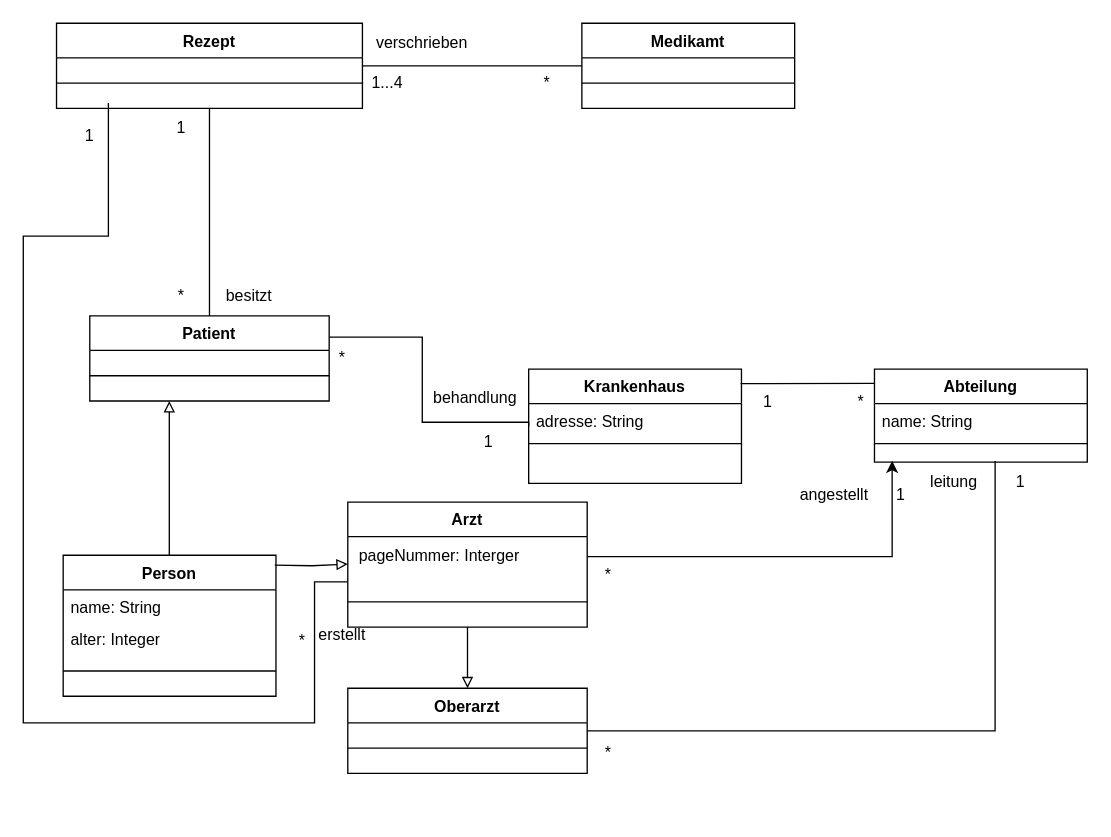
This is domaenenmodellierung.drawio from LucaSchirmer/Example-UML-Diagrams, a draw.io file, before an edit. Source tidied: cells renumbered, new cells numbered last; positions are measured from the earlier drawing's top-left corner, leaving out a move shared by most shapes. Both pictures are drawn from the tidied source at 133%, with x=0, y=0 at pixel (23, 23).
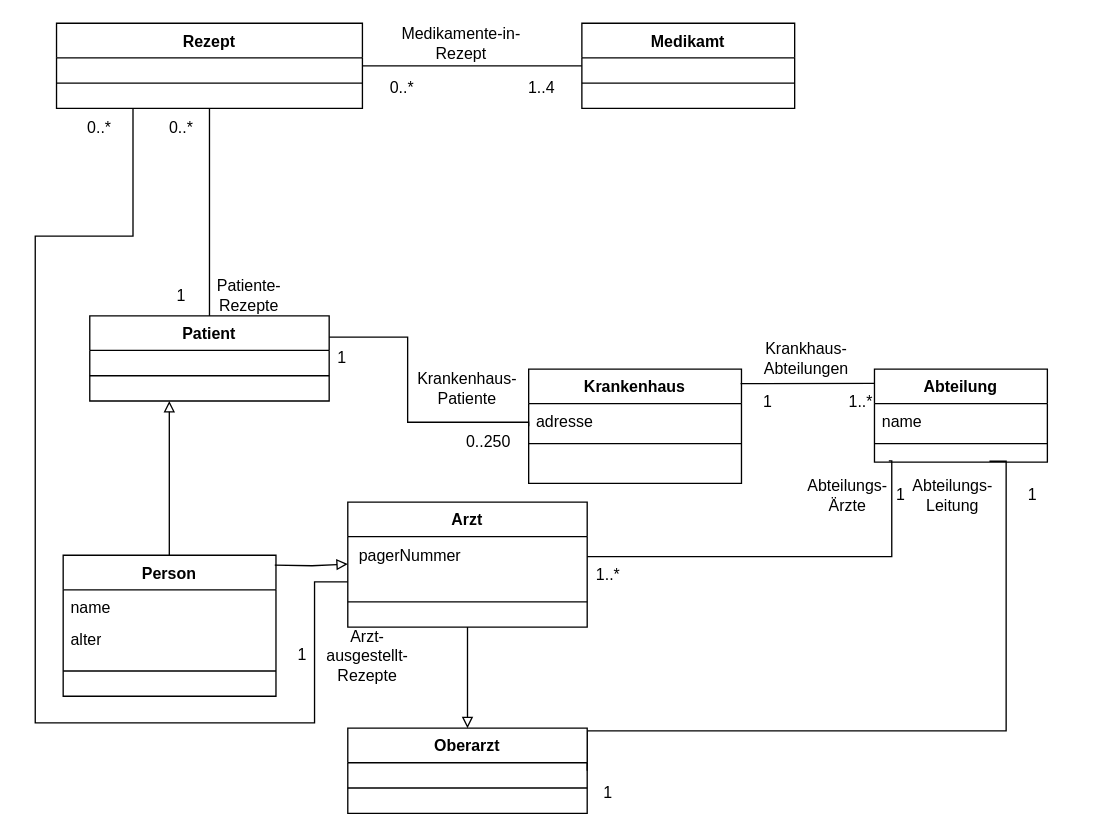
The same diagram, later.

The change refers to these unchanged cells:
```xml
<mxCell id="2" value="Krankenhaus" style="swimlane;fontStyle=1;align=center;verticalAlign=top;horizontal=1;startSize=26;whiteSpace=wrap;html=1;" parent="1" vertex="1">
  <mxGeometry x="380" y="260" width="160" height="86" as="geometry" />
</mxCell>
<mxCell id="7" value="Person" style="swimlane;fontStyle=1;align=center;verticalAlign=top;horizontal=1;startSize=26;whiteSpace=wrap;html=1;" parent="1" vertex="1">
  <mxGeometry x="30" y="400" width="160" height="106" as="geometry" />
</mxCell>
<mxCell id="11" value="Patient" style="swimlane;fontStyle=1;align=center;verticalAlign=top;horizontal=1;startSize=26;whiteSpace=wrap;html=1;" parent="1" vertex="1">
  <mxGeometry x="50" y="220" width="180" height="64" as="geometry" />
</mxCell>
<mxCell id="13" value="Arzt" style="swimlane;fontStyle=1;align=center;verticalAlign=top;horizontal=1;startSize=26;whiteSpace=wrap;html=1;" parent="1" vertex="1">
  <mxGeometry x="244" y="360" width="180" height="94" as="geometry" />
</mxCell>
<mxCell id="27" value="Rezept" style="swimlane;fontStyle=1;align=center;verticalAlign=top;horizontal=1;startSize=26;whiteSpace=wrap;html=1;" parent="1" vertex="1">
  <mxGeometry x="25" width="230" height="64" as="geometry" />
</mxCell>
```

Change to the diagram source:
```diff
@@
-    <mxCell id="3" value="adresse: String" style="text;strokeColor=none;fillColor=none;align=left;verticalAlign=top;spacingLeft=4;spacingRight=4;overflow=hidden;whiteSpace=wrap;html=1;" parent="2" vertex="1">
+    <mxCell id="3" value="adresse" style="text;strokeColor=none;fillColor=none;align=left;verticalAlign=top;spacingLeft=4;spacingRight=4;overflow=hidden;whiteSpace=wrap;html=1;" parent="2" vertex="1">
       <mxGeometry y="26" width="160" height="26" as="geometry" />
     </mxCell>
@@
-    <mxCell id="8" value="&lt;div&gt;name: String&lt;/div&gt;&lt;div&gt;&lt;br&gt;&lt;/div&gt;" style="text;strokeColor=none;fillColor=none;align=left;verticalAlign=top;spacingLeft=4;spacingRight=4;overflow=hidden;whiteSpace=wrap;html=1;" parent="7" vertex="1">
+    <mxCell id="8" value="&lt;div&gt;name&lt;br&gt;&lt;/div&gt;&lt;div&gt;&lt;br&gt;&lt;/div&gt;" style="text;strokeColor=none;fillColor=none;align=left;verticalAlign=top;spacingLeft=4;spacingRight=4;overflow=hidden;whiteSpace=wrap;html=1;" parent="7" vertex="1">
       <mxGeometry y="26" width="160" height="24" as="geometry" />
     </mxCell>
-    <mxCell id="9" value="alter: Integer" style="text;strokeColor=none;fillColor=none;align=left;verticalAlign=top;spacingLeft=4;spacingRight=4;overflow=hidden;whiteSpace=wrap;html=1;" parent="7" vertex="1">
+    <mxCell id="9" value="alter" style="text;strokeColor=none;fillColor=none;align=left;verticalAlign=top;spacingLeft=4;spacingRight=4;overflow=hidden;whiteSpace=wrap;html=1;" parent="7" vertex="1">
       <mxGeometry y="50" width="160" height="18" as="geometry" />
     </mxCell>
@@
-    <mxCell id="14" value="&lt;div align=&quot;left&quot;&gt;&amp;nbsp; pageNummer: Interger&lt;br&gt;&lt;/div&gt;" style="text;html=1;align=left;verticalAlign=middle;points=[];strokeColor=none;fillColor=none;" parent="13" vertex="1">
+    <mxCell id="14" value="&lt;div align=&quot;left&quot;&gt;&amp;nbsp; pagerNummer&lt;br&gt;&lt;/div&gt;" style="text;html=1;align=left;verticalAlign=middle;points=[];strokeColor=none;fillColor=none;" parent="13" vertex="1">
       <mxGeometry y="26" width="180" height="30" as="geometry" />
     </mxCell>
@@
-    <mxCell id="16" style="edgeStyle=orthogonalEdgeStyle;rounded=0;jettySize=auto;html=1;entryX=0.567;entryY=0.913;entryDx=0;entryDy=0;entryPerimeter=0;exitX=1;exitY=0.5;exitDx=0;exitDy=0;endArrow=none;endFill=0;" parent="1" edge="1" source="17" target="23">
-      <mxGeometry relative="1" as="geometry" />
+    <mxCell id="16" style="edgeStyle=orthogonalEdgeStyle;rounded=0;jettySize=auto;html=1;entryX=0.665;entryY=0.933;entryDx=0;entryDy=0;entryPerimeter=0;exitX=1;exitY=0.5;exitDx=0;exitDy=0;endArrow=none;endFill=0;" parent="1" edge="1" source="17" target="23">
+      <mxGeometry relative="1" as="geometry">
+        <Array as="points">
+          <mxPoint x="424" y="532" />
+          <mxPoint x="739" y="532" />
+          <mxPoint x="739" y="329" />
+        </Array>
+      </mxGeometry>
     </mxCell>
     <mxCell id="17" value="Oberarzt" style="swimlane;fontStyle=1;align=center;verticalAlign=top;horizontal=1;startSize=26;whiteSpace=wrap;html=1;" parent="1" vertex="1">
-      <mxGeometry x="244" y="500" width="180" height="64" as="geometry" />
+      <mxGeometry x="244" y="530" width="180" height="64" as="geometry" />
     </mxCell>
@@
     <mxCell id="19" value="Abteilung" style="swimlane;fontStyle=1;align=center;verticalAlign=top;horizontal=1;startSize=26;whiteSpace=wrap;html=1;" parent="1" vertex="1">
-      <mxGeometry x="640" y="260" width="160" height="70" as="geometry" />
+      <mxGeometry x="640" y="260" width="130" height="70" as="geometry" />
     </mxCell>
@@
-    <mxCell id="21" value="name: String" style="text;strokeColor=none;fillColor=none;align=left;verticalAlign=top;spacingLeft=4;spacingRight=4;overflow=hidden;whiteSpace=wrap;html=1;" parent="19" vertex="1">
-      <mxGeometry y="26" width="160" height="26" as="geometry" />
+    <mxCell id="21" value="name" style="text;strokeColor=none;fillColor=none;align=left;verticalAlign=top;spacingLeft=4;spacingRight=4;overflow=hidden;whiteSpace=wrap;html=1;" parent="19" vertex="1">
+      <mxGeometry y="26" width="130" height="26" as="geometry" />
     </mxCell>
     <mxCell id="22" style="line;strokeWidth=1;fillColor=none;align=left;verticalAlign=middle;spacingTop=-1;spacingLeft=3;spacingRight=3;labelPosition=right;strokeColor=inherit;" parent="19" vertex="1">
-      <mxGeometry y="52" width="160" height="8" as="geometry" />
+      <mxGeometry y="52" width="130" height="8" as="geometry" />
     </mxCell>
     <mxCell id="23" value="&lt;div&gt;&lt;br&gt;&lt;/div&gt;" style="text;strokeColor=none;fillColor=none;align=left;verticalAlign=top;spacingLeft=4;spacingRight=4;overflow=hidden;points=[[0,0.5],[1,0.5]];portConstraint=eastwest;whiteSpace=wrap;html=1;" parent="19" vertex="1">
-      <mxGeometry y="60" width="160" height="10" as="geometry" />
+      <mxGeometry y="60" width="130" height="10" as="geometry" />
     </mxCell>
@@
-    <mxCell id="25" style="edgeStyle=orthogonalEdgeStyle;rounded=0;orthogonalLoop=1;jettySize=auto;html=1;endArrow=none;endFill=0;" parent="1" edge="1">
+    <mxCell id="25" style="edgeStyle=orthogonalEdgeStyle;rounded=0;jettySize=auto;html=1;endArrow=none;endFill=0;exitX=0.25;exitY=1;exitDx=0;exitDy=0;" parent="1" edge="1" source="27">
       <mxGeometry relative="1" as="geometry">
-        <mxPoint x="64" y="60" as="sourcePoint" />
         <mxPoint x="244" y="420" as="targetPoint" />
         <Array as="points">
-          <mxPoint x="64" y="160" />
-          <mxPoint y="160" />
-          <mxPoint y="526" />
+          <mxPoint x="82" y="160" />
+          <mxPoint x="9" y="160" />
+          <mxPoint x="9" y="526" />
           <mxPoint x="219" y="526" />
           <mxPoint x="219" y="420" />
         </Array>
       </mxGeometry>
     </mxCell>
@@
-    <mxCell id="34" value="*" style="text;html=1;align=center;verticalAlign=middle;whiteSpace=wrap;rounded=0;" parent="1" vertex="1">
+    <mxCell id="34" value="1..*" style="text;html=1;align=center;verticalAlign=middle;whiteSpace=wrap;rounded=0;" parent="1" vertex="1">
       <mxGeometry x="600" y="270" width="60" height="30" as="geometry" />
     </mxCell>
     <mxCell id="35" value="1" style="text;html=1;align=center;verticalAlign=middle;whiteSpace=wrap;rounded=0;" parent="1" vertex="1">
-      <mxGeometry x="720" y="330" width="60" height="30" as="geometry" />
+      <mxGeometry x="729" y="340" width="60" height="30" as="geometry" />
     </mxCell>
-    <mxCell id="36" value="*" style="text;html=1;align=center;verticalAlign=middle;whiteSpace=wrap;rounded=0;" parent="1" vertex="1">
-      <mxGeometry x="410" y="534" width="60" height="30" as="geometry" />
+    <mxCell id="36" value="1" style="text;html=1;align=center;verticalAlign=middle;whiteSpace=wrap;rounded=0;" parent="1" vertex="1">
+      <mxGeometry x="410" y="564" width="60" height="30" as="geometry" />
     </mxCell>
-    <mxCell id="37" value="leitung" style="text;html=1;align=center;verticalAlign=middle;whiteSpace=wrap;rounded=0;" parent="1" vertex="1">
-      <mxGeometry x="670" y="330" width="60" height="30" as="geometry" />
+    <mxCell id="37" value="Abteilungs-Leitung" style="text;html=1;align=center;verticalAlign=middle;whiteSpace=wrap;rounded=0;" parent="1" vertex="1">
+      <mxGeometry x="669" y="340" width="60" height="30" as="geometry" />
     </mxCell>
-    <mxCell id="38" style="edgeStyle=orthogonalEdgeStyle;rounded=0;jettySize=auto;html=1;entryX=0.083;entryY=0.9;entryDx=0;entryDy=0;entryPerimeter=0;" parent="1" edge="1" source="14" target="23">
+    <mxCell id="38" style="edgeStyle=orthogonalEdgeStyle;rounded=0;jettySize=auto;html=1;entryX=0.083;entryY=0.9;entryDx=0;entryDy=0;entryPerimeter=0;endArrow=none;endFill=0;" parent="1" edge="1" source="14" target="23">
       <mxGeometry relative="1" as="geometry">
         <Array as="points">
           <mxPoint x="653" y="401" />
         </Array>
       </mxGeometry>
     </mxCell>
-    <mxCell id="39" value="angestellt" style="text;html=1;align=center;verticalAlign=middle;whiteSpace=wrap;rounded=0;" parent="1" vertex="1">
-      <mxGeometry x="580" y="340" width="60" height="30" as="geometry" />
+    <mxCell id="39" value="Abteilungs-Ärzte" style="text;html=1;align=center;verticalAlign=middle;whiteSpace=wrap;rounded=0;" parent="1" vertex="1">
+      <mxGeometry x="590" y="340" width="60" height="30" as="geometry" />
     </mxCell>
@@
-    <mxCell id="41" value="*" style="text;html=1;align=center;verticalAlign=middle;whiteSpace=wrap;rounded=0;" parent="1" vertex="1">
+    <mxCell id="41" value="1..*" style="text;html=1;align=center;verticalAlign=middle;whiteSpace=wrap;rounded=0;" parent="1" vertex="1">
       <mxGeometry x="410" y="400" width="60" height="30" as="geometry" />
     </mxCell>
     <mxCell id="42" style="edgeStyle=orthogonalEdgeStyle;rounded=0;jettySize=auto;html=1;endArrow=none;endFill=0;exitX=1;exitY=0.25;exitDx=0;exitDy=0;entryX=0;entryY=0.5;entryDx=0;entryDy=0;" parent="1" edge="1" source="11" target="2">
       <mxGeometry relative="1" as="geometry">
         <Array as="points">
-          <mxPoint x="300" y="236" />
-          <mxPoint x="300" y="300" />
+          <mxPoint x="289" y="236" />
+          <mxPoint x="289" y="300" />
           <mxPoint x="380" y="300" />
         </Array>
       </mxGeometry>
     </mxCell>
-    <mxCell id="43" value="1" style="text;html=1;align=center;verticalAlign=middle;whiteSpace=wrap;rounded=0;" parent="1" vertex="1">
+    <mxCell id="43" value="0..250" style="text;html=1;align=center;verticalAlign=middle;whiteSpace=wrap;rounded=0;" parent="1" vertex="1">
       <mxGeometry x="320" y="300" width="60" height="30" as="geometry" />
     </mxCell>
-    <mxCell id="44" value="*" style="text;html=1;align=center;verticalAlign=middle;whiteSpace=wrap;rounded=0;" parent="1" vertex="1">
+    <mxCell id="44" value="1" style="text;html=1;align=center;verticalAlign=middle;whiteSpace=wrap;rounded=0;" parent="1" vertex="1">
       <mxGeometry x="210" y="237" width="60" height="30" as="geometry" />
     </mxCell>
-    <mxCell id="45" value="behandlung" style="text;html=1;align=center;verticalAlign=middle;whiteSpace=wrap;rounded=0;" parent="1" vertex="1">
-      <mxGeometry x="310" y="267" width="60" height="30" as="geometry" />
+    <mxCell id="45" value="Krankenhaus-Patiente" style="text;html=1;align=center;verticalAlign=middle;whiteSpace=wrap;rounded=0;" parent="1" vertex="1">
+      <mxGeometry x="304" y="260" width="60" height="30" as="geometry" />
     </mxCell>
-    <mxCell id="46" value="1...4" style="text;html=1;align=center;verticalAlign=middle;whiteSpace=wrap;rounded=0;" parent="1" vertex="1">
-      <mxGeometry x="244" y="30" width="60" height="30" as="geometry" />
+    <mxCell id="46" value="&lt;div&gt;1..4&lt;/div&gt;" style="text;html=1;align=center;verticalAlign=middle;whiteSpace=wrap;rounded=0;" parent="1" vertex="1">
+      <mxGeometry x="360" y="34" width="60" height="30" as="geometry" />
     </mxCell>
-    <mxCell id="47" value="*" style="text;html=1;align=center;verticalAlign=middle;whiteSpace=wrap;rounded=0;" parent="1" vertex="1">
-      <mxGeometry x="364" y="30" width="60" height="30" as="geometry" />
+    <mxCell id="47" value="0..*" style="text;html=1;align=center;verticalAlign=middle;whiteSpace=wrap;rounded=0;" parent="1" vertex="1">
+      <mxGeometry x="255" y="34" width="60" height="30" as="geometry" />
     </mxCell>
-    <mxCell id="48" value="verschrieben" style="text;html=1;align=center;verticalAlign=middle;whiteSpace=wrap;rounded=0;" parent="1" vertex="1">
-      <mxGeometry x="270" width="60" height="30" as="geometry" />
+    <mxCell id="48" value="Medikamente-in-Rezept" style="text;html=1;align=center;verticalAlign=middle;whiteSpace=wrap;rounded=0;" parent="1" vertex="1">
+      <mxGeometry x="270" width="119" height="30" as="geometry" />
     </mxCell>
-    <mxCell id="49" value="*" style="text;html=1;align=center;verticalAlign=middle;whiteSpace=wrap;rounded=0;" parent="1" vertex="1">
-      <mxGeometry x="180" y="450" width="60" height="30" as="geometry" />
+    <mxCell id="49" value="0..*" style="text;html=1;align=center;verticalAlign=middle;whiteSpace=wrap;rounded=0;" parent="1" vertex="1">
+      <mxGeometry x="30" y="64" width="55" height="30" as="geometry" />
     </mxCell>
-    <mxCell id="50" value="erstellt" style="text;html=1;align=center;verticalAlign=middle;whiteSpace=wrap;rounded=0;" parent="1" vertex="1">
-      <mxGeometry x="210" y="440" width="60" height="40" as="geometry" />
+    <mxCell id="50" value="Arzt-ausgestellt-Rezepte" style="text;html=1;align=center;verticalAlign=middle;whiteSpace=wrap;rounded=0;" parent="1" vertex="1">
+      <mxGeometry x="229" y="454" width="60" height="43" as="geometry" />
     </mxCell>
     <mxCell id="51" value="1" style="text;html=1;align=center;verticalAlign=middle;whiteSpace=wrap;rounded=0;" parent="1" vertex="1">
-      <mxGeometry x="20" y="70" width="60" height="30" as="geometry" />
+      <mxGeometry x="180" y="459" width="60" height="32" as="geometry" />
     </mxCell>
-    <mxCell id="52" value="*" style="text;html=1;align=center;verticalAlign=middle;whiteSpace=wrap;rounded=0;" parent="1" vertex="1">
-      <mxGeometry x="89" y="190" width="60" height="30" as="geometry" />
+    <mxCell id="52" value="0..*" style="text;html=1;align=center;verticalAlign=middle;whiteSpace=wrap;rounded=0;" parent="1" vertex="1">
+      <mxGeometry x="89" y="64" width="60" height="30" as="geometry" />
     </mxCell>
     <mxCell id="53" value="1" style="text;html=1;align=center;verticalAlign=middle;whiteSpace=wrap;rounded=0;" parent="1" vertex="1">
-      <mxGeometry x="89" y="64" width="60" height="30" as="geometry" />
+      <mxGeometry x="89" y="190" width="60" height="30" as="geometry" />
     </mxCell>
-    <mxCell id="54" value="besitzt" style="text;html=1;align=center;verticalAlign=middle;whiteSpace=wrap;rounded=0;" parent="1" vertex="1">
+    <mxCell id="54" value="Patiente-Rezepte" style="text;html=1;align=center;verticalAlign=middle;whiteSpace=wrap;rounded=0;" parent="1" vertex="1">
       <mxGeometry x="140" y="190" width="60" height="30" as="geometry" />
     </mxCell>
+    <mxCell id="55" value="Krankhaus-Abteilungen" style="text;html=1;align=center;verticalAlign=middle;whiteSpace=wrap;rounded=0;" parent="1" vertex="1">
+      <mxGeometry x="559" y="237" width="60" height="30" as="geometry" />
+    </mxCell>
```
